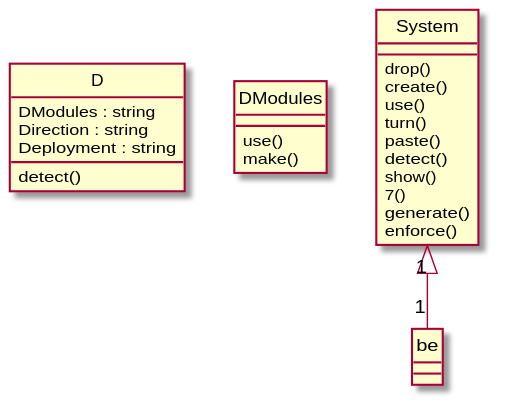
This is Diagrams/2014-USC-Project07.svg from xixixhalu/DomainModelExtractor, a PlantUML export, as it was before one commit. The source it was exported from:
```plantuml
@startuml
hide circle
class D {
	DModules : string
	Direction : string
	Deployment : string
	detect()
}
class DModules {
	use()
	make()
}
class System {
	drop()
	create()
	use()
	turn()
	paste()
	detect()
	show()
	7()
	generate()
	enforce()
}
System "1" <|-- "1" be
@enduml
```
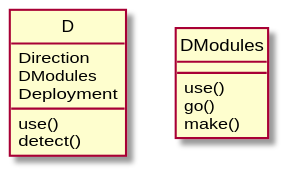
The same diagram one commit later.

Change to the diagram source:
```diff
@@ -1,26 +1,15 @@
 @startuml
 hide circle
 class D {
-	DModules : string
-	Direction : string
-	Deployment : string
+	Direction
+	DModules
+	Deployment
+	use()
 	detect()
 }
 class DModules {
 	use()
+	go()
 	make()
 }
-class System {
-	drop()
-	create()
-	use()
-	turn()
-	paste()
-	detect()
-	show()
-	7()
-	generate()
-	enforce()
-}
-System "1" <|-- "1" be
 @enduml
```
